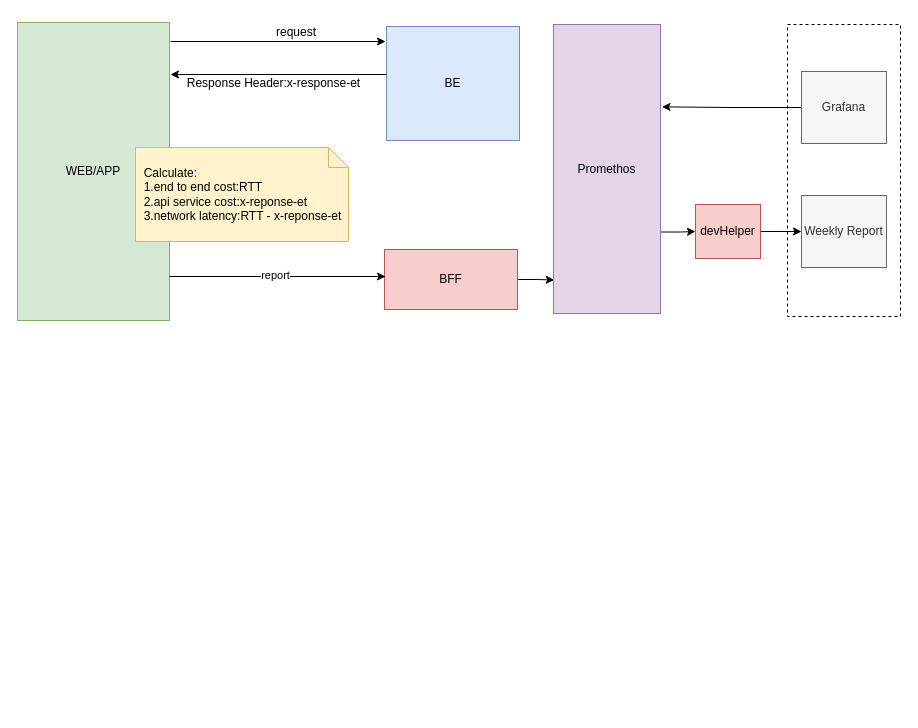
The draw.io diagram 网络健康度监控.drawio in kekobin/axletree, before the edit. Source tidied: cells renumbered, new cells numbered last; positions are measured from the earlier drawing's top-left corner, leaving out a move shared by most shapes. Both pictures are drawn from the tidied source at 100%, with x=0, y=0 at pixel (17, 17).
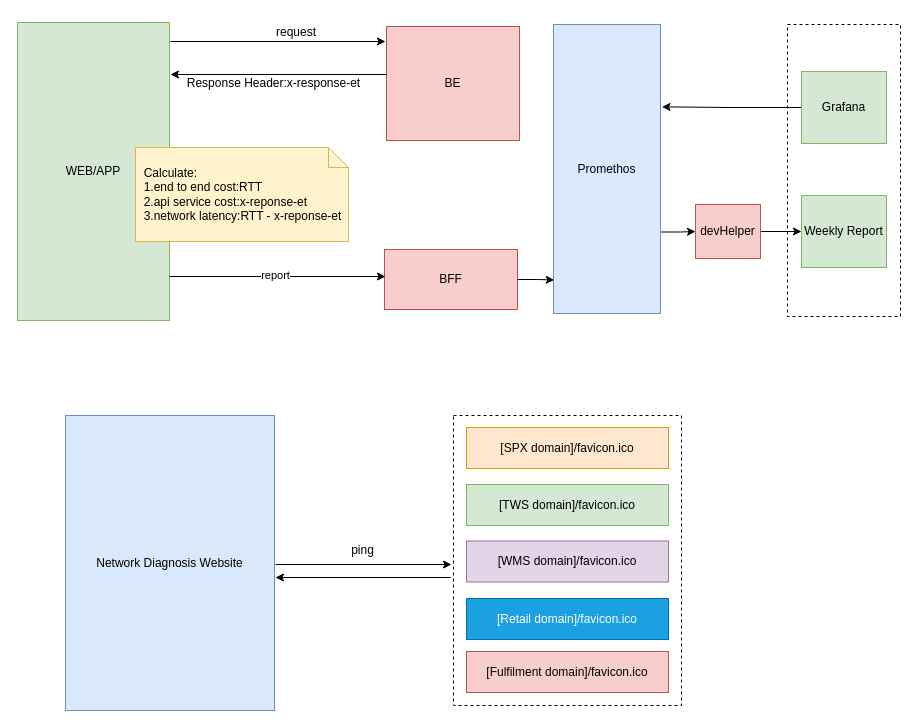
The same page after the edit.

Commit message:
更新网络健康度监控.drawio

Change to the diagram source:
```diff
@@
+    <mxCell id="21" style="rounded=0;whiteSpace=wrap;html=1;dashed=1;" parent="1" vertex="1">
+      <mxGeometry x="436" y="398" width="228" height="290" as="geometry" />
+    </mxCell>
@@
-    <mxCell id="4" value="BE" style="rounded=0;whiteSpace=wrap;html=1;fillColor=#dae8fc;strokeColor=#6c8ebf;" parent="1" vertex="1">
+    <mxCell id="4" value="BE" style="rounded=0;whiteSpace=wrap;html=1;fillColor=#f8cecc;strokeColor=#b85450;" parent="1" vertex="1">
       <mxGeometry x="369" y="9" width="133" height="114" as="geometry" />
     </mxCell>
@@
-    <mxCell id="15" value="Promethos" style="rounded=0;whiteSpace=wrap;html=1;fillColor=#e1d5e7;strokeColor=#9673a6;" parent="1" vertex="1">
+    <mxCell id="15" value="Promethos" style="rounded=0;whiteSpace=wrap;html=1;fillColor=#dae8fc;strokeColor=#6c8ebf;" parent="1" vertex="1">
       <mxGeometry x="536" y="7" width="107" height="289" as="geometry" />
     </mxCell>
@@
-    <mxCell id="17" value="Grafana" style="rounded=0;whiteSpace=wrap;html=1;fillColor=#f5f5f5;strokeColor=#666666;fontColor=#333333;" parent="1" vertex="1">
+    <mxCell id="17" value="Grafana" style="rounded=0;whiteSpace=wrap;html=1;fillColor=#d5e8d4;strokeColor=#82b366;" parent="1" vertex="1">
       <mxGeometry x="784" y="54" width="85" height="72" as="geometry" />
     </mxCell>
-    <mxCell id="18" value="Weekly Report" style="rounded=0;whiteSpace=wrap;html=1;fillColor=#f5f5f5;strokeColor=#666666;fontColor=#333333;" parent="1" vertex="1">
+    <mxCell id="18" value="Weekly Report" style="rounded=0;whiteSpace=wrap;html=1;fillColor=#d5e8d4;strokeColor=#82b366;" parent="1" vertex="1">
       <mxGeometry x="784" y="178" width="85" height="72" as="geometry" />
     </mxCell>
@@
+    <mxCell id="22" value="Network Diagnosis Website" style="rounded=0;whiteSpace=wrap;html=1;fillColor=#dae8fc;strokeColor=#6c8ebf;" parent="1" vertex="1">
+      <mxGeometry x="48" y="398" width="209" height="295" as="geometry" />
+    </mxCell>
+    <mxCell id="23" value="[SPX domain]/favicon.ico" style="rounded=0;whiteSpace=wrap;html=1;fillColor=#ffe6cc;strokeColor=#d79b00;" parent="1" vertex="1">
+      <mxGeometry x="449" y="410" width="202" height="41" as="geometry" />
+    </mxCell>
+    <mxCell id="24" value="[TWS domain]/favicon.ico" style="rounded=0;whiteSpace=wrap;html=1;fillColor=#d5e8d4;strokeColor=#82b366;" parent="1" vertex="1">
+      <mxGeometry x="449" y="467" width="202" height="41" as="geometry" />
+    </mxCell>
+    <mxCell id="25" value="[Fulfilment domain]/favicon.ico" style="rounded=0;whiteSpace=wrap;html=1;fillColor=#f8cecc;strokeColor=#b85450;" parent="1" vertex="1">
+      <mxGeometry x="449" y="634" width="202" height="41" as="geometry" />
+    </mxCell>
+    <mxCell id="26" value="[Retail domain]/favicon.ico" style="rounded=0;whiteSpace=wrap;html=1;fillColor=#1ba1e2;fontColor=#ffffff;strokeColor=#006EAF;" parent="1" vertex="1">
+      <mxGeometry x="449" y="581" width="202" height="41" as="geometry" />
+    </mxCell>
+    <mxCell id="27" value="[WMS domain]/favicon.ico" style="rounded=0;whiteSpace=wrap;html=1;fillColor=#e1d5e7;strokeColor=#9673a6;" parent="1" vertex="1">
+      <mxGeometry x="449" y="523.5" width="202" height="41" as="geometry" />
+    </mxCell>
+    <mxCell id="28" style="endArrow=classic;html=1;rounded=0;" parent="1" edge="1">
+      <mxGeometry relative="1" as="geometry">
+        <mxPoint x="258" y="547" as="sourcePoint" />
+        <mxPoint x="434" y="547" as="targetPoint" />
+      </mxGeometry>
+    </mxCell>
+    <mxCell id="29" value="ping" style="text;html=1;strokeColor=none;fillColor=none;align=center;verticalAlign=middle;whiteSpace=wrap;rounded=0;" parent="1" vertex="1">
+      <mxGeometry x="300" y="517" width="91" height="31" as="geometry" />
+    </mxCell>
+    <mxCell id="30" style="endArrow=classic;html=1;rounded=0;" parent="1" edge="1">
+      <mxGeometry relative="1" as="geometry">
+        <mxPoint x="433" y="560" as="sourcePoint" />
+        <mxPoint x="258" y="560" as="targetPoint" />
+      </mxGeometry>
+    </mxCell>
```
